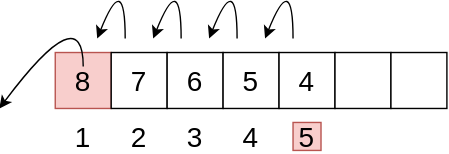
Earlier version of the draw.io export Explainers/ArrayRemoveMiddle.svg (RamseyNjire/coding-challenges-solved-and-explained). Source tidied: cells renumbered, new cells last; positions are measured from the earlier drawing's top-left corner, leaving out a move shared by most shapes. Source of this version:
```xml
<mxGraphModel>
  <root>
    <mxCell id="0" />
    <mxCell id="1" parent="0" />
    <mxCell id="2" style="whiteSpace=wrap;html=1;fillColor=#f8cecc;strokeColor=#b85450;" parent="1" vertex="1">
      <mxGeometry x="40" y="60" width="40" height="40" as="geometry" />
    </mxCell>
    <mxCell id="3" style="whiteSpace=wrap;html=1;" parent="1" vertex="1">
      <mxGeometry x="80" y="60" width="40" height="40" as="geometry" />
    </mxCell>
    <mxCell id="4" style="whiteSpace=wrap;html=1;" parent="1" vertex="1">
      <mxGeometry x="120" y="60" width="40" height="40" as="geometry" />
    </mxCell>
    <mxCell id="5" style="whiteSpace=wrap;html=1;" parent="1" vertex="1">
      <mxGeometry x="160" y="60" width="40" height="40" as="geometry" />
    </mxCell>
    <mxCell id="6" style="whiteSpace=wrap;html=1;" parent="1" vertex="1">
      <mxGeometry x="200" y="60" width="40" height="40" as="geometry" />
    </mxCell>
    <mxCell id="7" style="whiteSpace=wrap;html=1;" parent="1" vertex="1">
      <mxGeometry x="240" y="60" width="40" height="40" as="geometry" />
    </mxCell>
    <mxCell id="8" value="7" style="text;html=1;strokeColor=none;fillColor=none;align=center;verticalAlign=middle;whiteSpace=wrap;rounded=0;fontSize=20;" parent="1" vertex="1">
      <mxGeometry x="90" y="70" width="20" height="20" as="geometry" />
    </mxCell>
    <mxCell id="9" style="whiteSpace=wrap;html=1;" parent="1" vertex="1">
      <mxGeometry x="280" y="60" width="40" height="40" as="geometry" />
    </mxCell>
    <mxCell id="10" value="6" style="text;html=1;strokeColor=none;fillColor=none;align=center;verticalAlign=middle;whiteSpace=wrap;rounded=0;fontSize=20;" parent="1" vertex="1">
      <mxGeometry x="130" y="70" width="20" height="20" as="geometry" />
    </mxCell>
    <mxCell id="11" value="5" style="text;html=1;strokeColor=none;fillColor=none;align=center;verticalAlign=middle;whiteSpace=wrap;rounded=0;fontSize=20;" parent="1" vertex="1">
      <mxGeometry x="170" y="70" width="20" height="20" as="geometry" />
    </mxCell>
    <mxCell id="12" value="4" style="text;html=1;strokeColor=none;fillColor=none;align=center;verticalAlign=middle;whiteSpace=wrap;rounded=0;fontSize=20;" parent="1" vertex="1">
      <mxGeometry x="210" y="70" width="20" height="20" as="geometry" />
    </mxCell>
    <mxCell id="13" style="curved=1;endArrow=classic;html=1;" parent="1" edge="1">
      <mxGeometry relative="1" as="geometry">
        <mxPoint x="170" y="50" as="sourcePoint" />
        <mxPoint x="150" y="50" as="targetPoint" />
        <Array as="points">
          <mxPoint x="170" />
        </Array>
      </mxGeometry>
    </mxCell>
    <mxCell id="14" value="1" style="text;html=1;strokeColor=none;fillColor=none;align=center;verticalAlign=middle;whiteSpace=wrap;rounded=0;fontSize=20;" parent="1" vertex="1">
      <mxGeometry x="50" y="110" width="20" height="20" as="geometry" />
    </mxCell>
    <mxCell id="15" value="2" style="text;html=1;strokeColor=none;fillColor=none;align=center;verticalAlign=middle;whiteSpace=wrap;rounded=0;fontSize=20;" parent="1" vertex="1">
      <mxGeometry x="90" y="110" width="20" height="20" as="geometry" />
    </mxCell>
    <mxCell id="16" value="3" style="text;html=1;strokeColor=none;fillColor=none;align=center;verticalAlign=middle;whiteSpace=wrap;rounded=0;fontSize=20;" parent="1" vertex="1">
      <mxGeometry x="130" y="110" width="20" height="20" as="geometry" />
    </mxCell>
    <mxCell id="17" value="4" style="text;html=1;strokeColor=none;fillColor=none;align=center;verticalAlign=middle;whiteSpace=wrap;rounded=0;fontSize=20;" parent="1" vertex="1">
      <mxGeometry x="170" y="110" width="20" height="20" as="geometry" />
    </mxCell>
    <mxCell id="18" value="8" style="text;html=1;strokeColor=none;fillColor=none;align=center;verticalAlign=middle;whiteSpace=wrap;rounded=0;fontSize=20;" parent="1" vertex="1">
      <mxGeometry x="50" y="70" width="20" height="20" as="geometry" />
    </mxCell>
    <mxCell id="19" value="5" style="text;html=1;strokeColor=#b85450;fillColor=#f8cecc;align=center;verticalAlign=middle;whiteSpace=wrap;rounded=0;fontSize=20;" parent="1" vertex="1">
      <mxGeometry x="210" y="110" width="20" height="20" as="geometry" />
    </mxCell>
    <mxCell id="20" style="curved=1;endArrow=classic;html=1;" parent="1" edge="1">
      <mxGeometry relative="1" as="geometry">
        <mxPoint x="60" y="70" as="sourcePoint" />
        <mxPoint y="100" as="targetPoint" />
        <Array as="points">
          <mxPoint x="60" y="20" />
        </Array>
      </mxGeometry>
    </mxCell>
    <mxCell id="21" style="curved=1;endArrow=classic;html=1;" parent="1" edge="1">
      <mxGeometry relative="1" as="geometry">
        <mxPoint x="210" y="50" as="sourcePoint" />
        <mxPoint x="190" y="50" as="targetPoint" />
        <Array as="points">
          <mxPoint x="210" />
        </Array>
      </mxGeometry>
    </mxCell>
    <mxCell id="22" style="curved=1;endArrow=classic;html=1;" parent="1" edge="1">
      <mxGeometry relative="1" as="geometry">
        <mxPoint x="130" y="50" as="sourcePoint" />
        <mxPoint x="110" y="50" as="targetPoint" />
        <Array as="points">
          <mxPoint x="130" />
        </Array>
      </mxGeometry>
    </mxCell>
    <mxCell id="23" style="curved=1;endArrow=classic;html=1;" parent="1" edge="1">
      <mxGeometry relative="1" as="geometry">
        <mxPoint x="90" y="50" as="sourcePoint" />
        <mxPoint x="70" y="50" as="targetPoint" />
        <Array as="points">
          <mxPoint x="90" />
        </Array>
      </mxGeometry>
    </mxCell>
  </root>
</mxGraphModel>
```
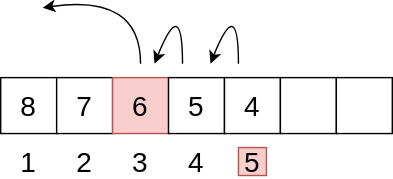
Later version of the same file.

Change to the diagram source:
```diff
@@ -2,13 +2,13 @@
   <root>
     <mxCell id="0" />
     <mxCell id="1" parent="0" />
-    <mxCell id="2" style="whiteSpace=wrap;html=1;fillColor=#f8cecc;strokeColor=#b85450;" parent="1" vertex="1">
+    <mxCell id="2" style="whiteSpace=wrap;html=1;" parent="1" vertex="1">
       <mxGeometry x="40" y="60" width="40" height="40" as="geometry" />
     </mxCell>
     <mxCell id="3" style="whiteSpace=wrap;html=1;" parent="1" vertex="1">
       <mxGeometry x="80" y="60" width="40" height="40" as="geometry" />
     </mxCell>
-    <mxCell id="4" style="whiteSpace=wrap;html=1;" parent="1" vertex="1">
+    <mxCell id="4" style="whiteSpace=wrap;html=1;fillColor=#f8cecc;strokeColor=#b85450;" parent="1" vertex="1">
       <mxGeometry x="120" y="60" width="40" height="40" as="geometry" />
     </mxCell>
     <mxCell id="5" style="whiteSpace=wrap;html=1;" parent="1" vertex="1">
@@ -64,10 +64,10 @@
     </mxCell>
     <mxCell id="20" style="curved=1;endArrow=classic;html=1;" parent="1" edge="1">
       <mxGeometry relative="1" as="geometry">
-        <mxPoint x="60" y="70" as="sourcePoint" />
-        <mxPoint y="100" as="targetPoint" />
+        <mxPoint x="140" y="50" as="sourcePoint" />
+        <mxPoint x="70" y="10" as="targetPoint" />
         <Array as="points">
-          <mxPoint x="60" y="20" />
+          <mxPoint x="140" />
         </Array>
       </mxGeometry>
     </mxCell>
@@ -80,23 +80,5 @@
         </Array>
       </mxGeometry>
     </mxCell>
-    <mxCell id="22" style="curved=1;endArrow=classic;html=1;" parent="1" edge="1">
-      <mxGeometry relative="1" as="geometry">
-        <mxPoint x="130" y="50" as="sourcePoint" />
-        <mxPoint x="110" y="50" as="targetPoint" />
-        <Array as="points">
-          <mxPoint x="130" />
-        </Array>
-      </mxGeometry>
-    </mxCell>
-    <mxCell id="23" style="curved=1;endArrow=classic;html=1;" parent="1" edge="1">
-      <mxGeometry relative="1" as="geometry">
-        <mxPoint x="90" y="50" as="sourcePoint" />
-        <mxPoint x="70" y="50" as="targetPoint" />
-        <Array as="points">
-          <mxPoint x="90" />
-        </Array>
-      </mxGeometry>
-    </mxCell>
   </root>
 </mxGraphModel>
```
